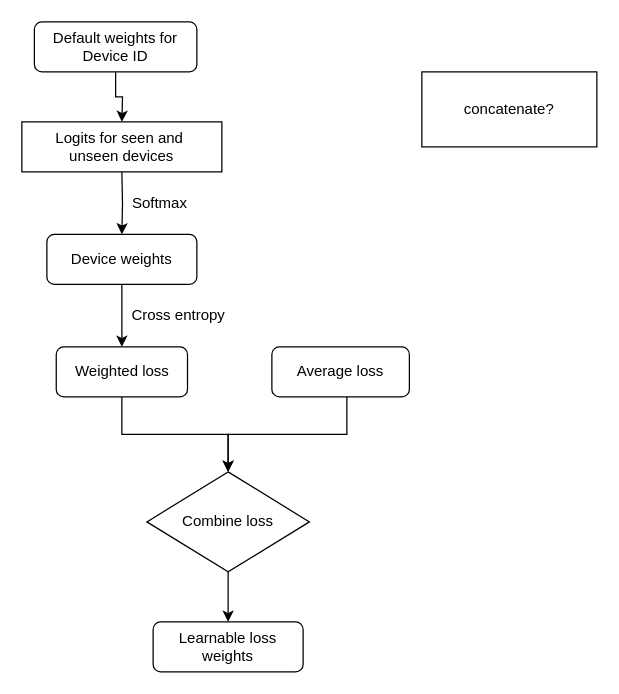
This is page "Page-1" (1 of 2) of Untitled Diagram.drawio from akarifrites/moodeng_is_cute, a draw.io file, before an edit. Source tidied: cells renumbered, new cells numbered last; positions are measured from the earlier drawing's top-left corner, leaving out a move shared by most shapes. Both pictures are drawn from the tidied source at 125%, with x=0, y=0 at pixel (21, 21).
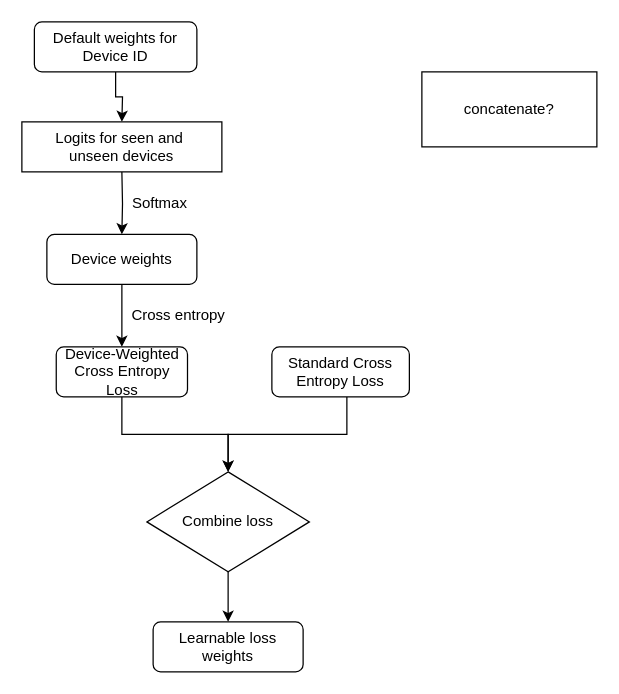
After the change.

The edit, as a diff of the source:
```diff
@@
-    <mxCell id="11" value="Weighted loss" style="rounded=1;whiteSpace=wrap;html=1;" parent="1" vertex="1">
+    <mxCell id="11" value="Device-Weighted Cross Entropy Loss" style="rounded=1;whiteSpace=wrap;html=1;" parent="1" vertex="1">
       <mxGeometry x="27.5" y="260" width="105" height="40" as="geometry" />
     </mxCell>
@@
-    <mxCell id="16" value="Average loss" style="rounded=1;whiteSpace=wrap;html=1;" parent="1" vertex="1">
+    <mxCell id="16" value="Standard Cross Entropy Loss" style="rounded=1;whiteSpace=wrap;html=1;" parent="1" vertex="1">
       <mxGeometry x="200" y="260" width="110" height="40" as="geometry" />
     </mxCell>
```
